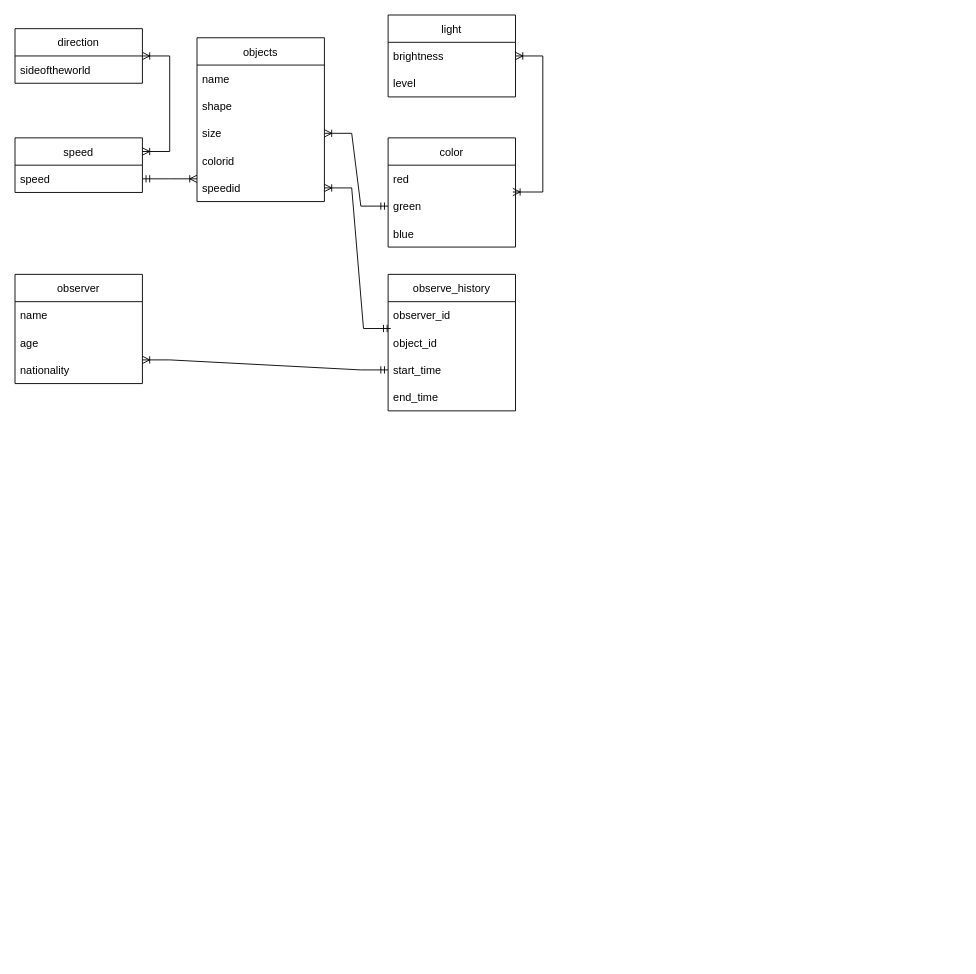
This is Untitled Diagram.drawio from malinkamedok/isbd1, a draw.io file, before an edit. Source tidied: cells renumbered, new cells numbered last; positions are measured from the earlier drawing's top-left corner, leaving out a move shared by most shapes. Both pictures are drawn from the tidied source at 91%, with x=0, y=0 at pixel (15, 15).
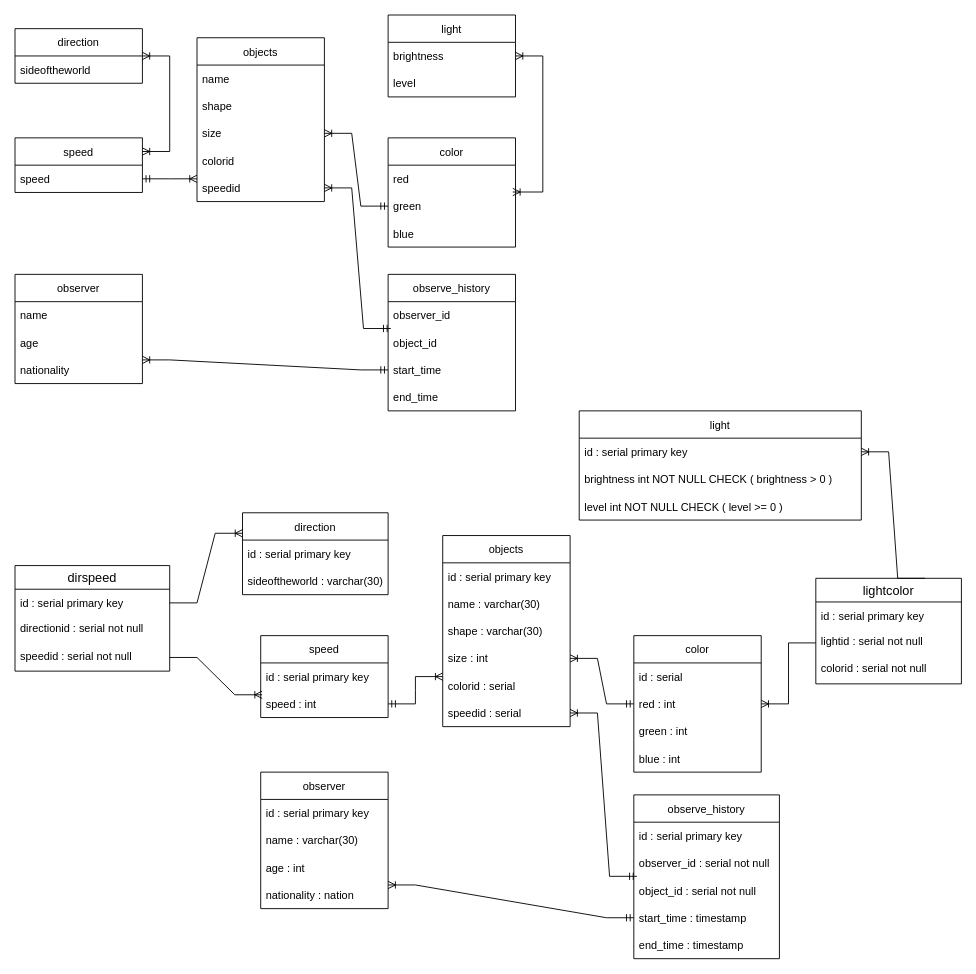
Above is the later version.

Commit message:
datalog model v1

What changed in the source:
```diff
@@
+    <mxCell id="34" value="direction" style="swimlane;fontStyle=0;horizontal=1;startSize=30;" parent="1" vertex="1">
+      <mxGeometry x="250" y="547" width="160" height="90" as="geometry" />
+    </mxCell>
+    <mxCell id="35" value="id : serial primary key" style="text;strokeColor=none;fillColor=none;align=left;verticalAlign=middle;spacingLeft=4;spacingRight=4;overflow=hidden;" parent="34" vertex="1">
+      <mxGeometry y="30" width="160" height="30" as="geometry" />
+    </mxCell>
+    <mxCell id="36" value="sideoftheworld : varchar(30)" style="text;strokeColor=none;fillColor=none;align=left;verticalAlign=middle;spacingLeft=4;spacingRight=4;overflow=hidden;" parent="34" vertex="1">
+      <mxGeometry y="60" width="160" height="30" as="geometry" />
+    </mxCell>
+    <mxCell id="37" value="speed" style="swimlane;fontStyle=0;horizontal=1;startSize=30;" parent="1" vertex="1">
+      <mxGeometry x="270" y="682" width="140" height="90" as="geometry" />
+    </mxCell>
+    <mxCell id="38" value="id : serial primary key" style="text;strokeColor=none;fillColor=none;align=left;verticalAlign=middle;spacingLeft=4;spacingRight=4;overflow=hidden;" parent="37" vertex="1">
+      <mxGeometry y="30" width="140" height="30" as="geometry" />
+    </mxCell>
+    <mxCell id="39" value="speed : int" style="text;strokeColor=none;fillColor=none;align=left;verticalAlign=middle;spacingLeft=4;spacingRight=4;overflow=hidden;points=[[0,0.5],[1,0.5]];portConstraint=eastwest;" parent="37" vertex="1">
+      <mxGeometry y="60" width="140" height="30" as="geometry" />
+    </mxCell>
+    <mxCell id="40" value="light" style="swimlane;fontStyle=0;horizontal=1;startSize=30;" parent="1" vertex="1">
+      <mxGeometry x="620" y="435" width="310" height="120" as="geometry" />
+    </mxCell>
+    <mxCell id="41" value="id : serial primary key" style="text;strokeColor=none;fillColor=none;align=left;verticalAlign=middle;spacingLeft=4;spacingRight=4;overflow=hidden;points=[[0,0.5],[1,0.5]];portConstraint=eastwest;" parent="40" vertex="1">
+      <mxGeometry y="30" width="310" height="30" as="geometry" />
+    </mxCell>
+    <mxCell id="42" value="brightness int NOT NULL CHECK ( brightness &gt; 0 )" style="text;strokeColor=none;fillColor=none;align=left;verticalAlign=middle;spacingLeft=4;spacingRight=4;overflow=hidden;" parent="40" vertex="1">
+      <mxGeometry y="60" width="310" height="30" as="geometry" />
+    </mxCell>
+    <mxCell id="43" value="level int NOT NULL CHECK ( level &gt;= 0 )" style="text;strokeColor=none;fillColor=none;align=left;verticalAlign=middle;spacingLeft=4;spacingRight=4;overflow=hidden;" parent="40" vertex="1">
+      <mxGeometry y="90" width="310" height="30" as="geometry" />
+    </mxCell>
+    <mxCell id="44" value="color" style="swimlane;fontStyle=0;horizontal=1;startSize=30;" parent="1" vertex="1">
+      <mxGeometry x="680" y="682" width="140" height="150" as="geometry" />
+    </mxCell>
+    <mxCell id="45" value="id : serial" style="text;strokeColor=none;fillColor=none;align=left;verticalAlign=middle;spacingLeft=4;spacingRight=4;overflow=hidden;" parent="44" vertex="1">
+      <mxGeometry y="30" width="140" height="30" as="geometry" />
+    </mxCell>
+    <mxCell id="46" value="red : int" style="text;strokeColor=none;fillColor=none;align=left;verticalAlign=middle;spacingLeft=4;spacingRight=4;overflow=hidden;points=[[0,0.5],[1,0.5]];portConstraint=eastwest;" parent="44" vertex="1">
+      <mxGeometry y="60" width="140" height="30" as="geometry" />
+    </mxCell>
+    <mxCell id="47" value="green : int" style="text;strokeColor=none;fillColor=none;align=left;verticalAlign=middle;spacingLeft=4;spacingRight=4;overflow=hidden;" parent="44" vertex="1">
+      <mxGeometry y="90" width="140" height="30" as="geometry" />
+    </mxCell>
+    <mxCell id="48" value="blue : int" style="text;strokeColor=none;fillColor=none;align=left;verticalAlign=middle;spacingLeft=4;spacingRight=4;overflow=hidden;" parent="44" vertex="1">
+      <mxGeometry y="120" width="140" height="30" as="geometry" />
+    </mxCell>
+    <mxCell id="49" value="objects" style="swimlane;fontStyle=0;horizontal=1;startSize=30;" parent="1" vertex="1">
+      <mxGeometry x="470" y="572" width="140" height="210" as="geometry" />
+    </mxCell>
+    <mxCell id="50" value="id : serial primary key" style="text;strokeColor=none;fillColor=none;align=left;verticalAlign=middle;spacingLeft=4;spacingRight=4;overflow=hidden;" parent="49" vertex="1">
+      <mxGeometry y="30" width="140" height="30" as="geometry" />
+    </mxCell>
+    <mxCell id="51" value="name : varchar(30)" style="text;strokeColor=none;fillColor=none;align=left;verticalAlign=middle;spacingLeft=4;spacingRight=4;overflow=hidden;" parent="49" vertex="1">
+      <mxGeometry y="60" width="140" height="30" as="geometry" />
+    </mxCell>
+    <mxCell id="52" value="shape : varchar(30)" style="text;strokeColor=none;fillColor=none;align=left;verticalAlign=middle;spacingLeft=4;spacingRight=4;overflow=hidden;" parent="49" vertex="1">
+      <mxGeometry y="90" width="140" height="30" as="geometry" />
+    </mxCell>
+    <mxCell id="53" value="size : int" style="text;strokeColor=none;fillColor=none;align=left;verticalAlign=middle;spacingLeft=4;spacingRight=4;overflow=hidden;points=[[0,0.5],[1,0.5]];portConstraint=eastwest;" parent="49" vertex="1">
+      <mxGeometry y="120" width="140" height="30" as="geometry" />
+    </mxCell>
+    <mxCell id="54" value="colorid : serial" style="text;strokeColor=none;fillColor=none;align=left;verticalAlign=middle;spacingLeft=4;spacingRight=4;overflow=hidden;" parent="49" vertex="1">
+      <mxGeometry y="150" width="140" height="30" as="geometry" />
+    </mxCell>
+    <mxCell id="55" value="speedid : serial" style="text;strokeColor=none;fillColor=none;align=left;verticalAlign=middle;spacingLeft=4;spacingRight=4;overflow=hidden;points=[[0,0.5],[1,0.5]];portConstraint=eastwest;" parent="49" vertex="1">
+      <mxGeometry y="180" width="140" height="30" as="geometry" />
+    </mxCell>
+    <mxCell id="56" value="observer" style="swimlane;fontStyle=0;horizontal=1;startSize=30;" parent="1" vertex="1">
+      <mxGeometry x="270" y="832" width="140" height="150" as="geometry" />
+    </mxCell>
+    <mxCell id="57" value="id : serial primary key" style="text;strokeColor=none;fillColor=none;align=left;verticalAlign=middle;spacingLeft=4;spacingRight=4;overflow=hidden;" parent="56" vertex="1">
+      <mxGeometry y="30" width="140" height="30" as="geometry" />
+    </mxCell>
+    <mxCell id="58" value="name : varchar(30)" style="text;strokeColor=none;fillColor=none;align=left;verticalAlign=middle;spacingLeft=4;spacingRight=4;overflow=hidden;" parent="56" vertex="1">
+      <mxGeometry y="60" width="140" height="30" as="geometry" />
+    </mxCell>
+    <mxCell id="59" value="age : int" style="text;strokeColor=none;fillColor=none;align=left;verticalAlign=middle;spacingLeft=4;spacingRight=4;overflow=hidden;" parent="56" vertex="1">
+      <mxGeometry y="90" width="140" height="30" as="geometry" />
+    </mxCell>
+    <mxCell id="60" value="nationality : nation" style="text;strokeColor=none;fillColor=none;align=left;verticalAlign=middle;spacingLeft=4;spacingRight=4;overflow=hidden;points=[[0,0.5],[1,0.5]];portConstraint=eastwest;" parent="56" vertex="1">
+      <mxGeometry y="120" width="140" height="30" as="geometry" />
+    </mxCell>
+    <mxCell id="61" value="observe_history" style="swimlane;fontStyle=0;horizontal=1;startSize=30;" parent="1" vertex="1">
+      <mxGeometry x="680" y="857" width="160" height="180" as="geometry" />
+    </mxCell>
+    <mxCell id="62" value="id : serial primary key" style="text;strokeColor=none;fillColor=none;align=left;verticalAlign=middle;spacingLeft=4;spacingRight=4;overflow=hidden;" parent="61" vertex="1">
+      <mxGeometry y="30" width="160" height="30" as="geometry" />
+    </mxCell>
+    <mxCell id="63" value="observer_id : serial not null" style="text;strokeColor=none;fillColor=none;align=left;verticalAlign=middle;spacingLeft=4;spacingRight=4;overflow=hidden;points=[[0,0.5],[1,0.5]];portConstraint=eastwest;" parent="61" vertex="1">
+      <mxGeometry y="60" width="160" height="30" as="geometry" />
+    </mxCell>
+    <mxCell id="64" value="object_id : serial not null" style="text;strokeColor=none;fillColor=none;align=left;verticalAlign=middle;spacingLeft=4;spacingRight=4;overflow=hidden;" parent="61" vertex="1">
+      <mxGeometry y="90" width="160" height="30" as="geometry" />
+    </mxCell>
+    <mxCell id="65" value="start_time : timestamp" style="text;strokeColor=none;fillColor=none;align=left;verticalAlign=middle;spacingLeft=4;spacingRight=4;overflow=hidden;points=[[0,0.5],[1,0.5]];portConstraint=eastwest;" parent="61" vertex="1">
+      <mxGeometry y="120" width="160" height="30" as="geometry" />
+    </mxCell>
+    <mxCell id="66" value="end_time : timestamp" style="text;strokeColor=none;fillColor=none;align=left;verticalAlign=middle;spacingLeft=4;spacingRight=4;overflow=hidden;" parent="61" vertex="1">
+      <mxGeometry y="150" width="160" height="30" as="geometry" />
+    </mxCell>
+    <mxCell id="67" style="edgeStyle=entityRelationEdgeStyle;fontSize=12;html=1;endArrow=ERoneToMany;startArrow=ERmandOne;rounded=0;exitX=1;exitY=0.5;exitDx=0;exitDy=0;" parent="1" edge="1" source="39">
+      <mxGeometry relative="1" as="geometry">
+        <mxPoint x="470" y="727" as="targetPoint" />
+      </mxGeometry>
+    </mxCell>
+    <mxCell id="68" style="edgeStyle=entityRelationEdgeStyle;fontSize=12;html=1;endArrow=ERoneToMany;startArrow=ERmandOne;rounded=0;entryX=1;entryY=0.5;entryDx=0;entryDy=0;exitX=0;exitY=0.5;exitDx=0;exitDy=0;" parent="1" edge="1" source="46" target="53">
+      <mxGeometry relative="1" as="geometry" />
+    </mxCell>
+    <mxCell id="69" style="edgeStyle=entityRelationEdgeStyle;fontSize=12;html=1;endArrow=ERoneToMany;startArrow=ERmandOne;rounded=0;entryX=1;entryY=0.133;entryDx=0;entryDy=0;entryPerimeter=0;exitX=0;exitY=0.5;exitDx=0;exitDy=0;" parent="1" edge="1" source="65" target="60">
+      <mxGeometry relative="1" as="geometry" />
+    </mxCell>
+    <mxCell id="70" style="edgeStyle=entityRelationEdgeStyle;fontSize=12;html=1;endArrow=ERoneToMany;startArrow=ERmandOne;rounded=0;exitX=0.021;exitY=0.983;exitDx=0;exitDy=0;exitPerimeter=0;" parent="1" edge="1" source="63" target="55">
+      <mxGeometry relative="1" as="geometry" />
+    </mxCell>
+    <mxCell id="71" value="dirspeed" style="swimlane;fontStyle=0;horizontal=1;startSize=26;align=center;fontSize=14;" parent="1" vertex="1">
+      <mxGeometry y="605" width="170" height="116" as="geometry" />
+    </mxCell>
+    <mxCell id="72" value="id : serial primary key" style="text;strokeColor=none;fillColor=none;align=left;verticalAlign=middle;spacingLeft=4;spacingRight=4;overflow=hidden;points=[[0,0.5],[1,0.5]];portConstraint=eastwest;" parent="71" vertex="1">
+      <mxGeometry y="26" width="170" height="30" as="geometry" />
+    </mxCell>
+    <mxCell id="73" value="directionid : serial not null" style="text;strokeColor=none;fillColor=none;spacingLeft=4;spacingRight=4;overflow=hidden;fontSize=12;" parent="71" vertex="1">
+      <mxGeometry y="56" width="170" height="30" as="geometry" />
+    </mxCell>
+    <mxCell id="74" value="speedid : serial not null" style="text;strokeColor=none;fillColor=none;spacingLeft=4;spacingRight=4;overflow=hidden;points=[[0,0.5],[1,0.5]];portConstraint=eastwest;fontSize=12;" parent="71" vertex="1">
+      <mxGeometry y="86" width="170" height="30" as="geometry" />
+    </mxCell>
+    <mxCell id="75" style="edgeStyle=entityRelationEdgeStyle;fontSize=12;html=1;endArrow=ERoneToMany;rounded=0;entryX=0;entryY=0.25;entryDx=0;entryDy=0;" parent="1" edge="1" source="72" target="34">
+      <mxGeometry relative="1" as="geometry" />
+    </mxCell>
+    <mxCell id="76" style="edgeStyle=entityRelationEdgeStyle;fontSize=12;html=1;endArrow=ERoneToMany;rounded=0;entryX=0.011;entryY=0.167;entryDx=0;entryDy=0;entryPerimeter=0;" parent="1" edge="1" source="74" target="39">
+      <mxGeometry relative="1" as="geometry" />
+    </mxCell>
+    <mxCell id="77" value="lightcolor" style="swimlane;fontStyle=0;horizontal=1;startSize=26;align=center;fontSize=14;" parent="1" vertex="1">
+      <mxGeometry x="880" y="619" width="160" height="116" as="geometry" />
+    </mxCell>
+    <mxCell id="78" value="id : serial primary key" style="text;strokeColor=none;fillColor=none;align=left;verticalAlign=middle;spacingLeft=4;spacingRight=4;overflow=hidden;" parent="77" vertex="1">
+      <mxGeometry y="26" width="160" height="30" as="geometry" />
+    </mxCell>
+    <mxCell id="79" value="lightid : serial not null" style="text;strokeColor=none;fillColor=none;spacingLeft=4;spacingRight=4;overflow=hidden;points=[[0,0.5],[1,0.5]];portConstraint=eastwest;fontSize=12;" parent="77" vertex="1">
+      <mxGeometry y="56" width="160" height="30" as="geometry" />
+    </mxCell>
+    <mxCell id="80" value="colorid : serial not null" style="text;strokeColor=none;fillColor=none;spacingLeft=4;spacingRight=4;overflow=hidden;fontSize=12;" parent="77" vertex="1">
+      <mxGeometry y="86" width="160" height="30" as="geometry" />
+    </mxCell>
+    <mxCell id="81" style="edgeStyle=entityRelationEdgeStyle;fontSize=12;html=1;endArrow=ERoneToMany;rounded=0;entryX=1;entryY=0.5;entryDx=0;entryDy=0;exitX=0.75;exitY=0;exitDx=0;exitDy=0;" parent="1" edge="1" source="77" target="41">
+      <mxGeometry relative="1" as="geometry" />
+    </mxCell>
+    <mxCell id="82" style="edgeStyle=entityRelationEdgeStyle;fontSize=12;html=1;endArrow=ERoneToMany;rounded=0;entryX=1;entryY=0.5;entryDx=0;entryDy=0;exitX=0;exitY=0.5;exitDx=0;exitDy=0;" parent="1" edge="1" source="79" target="46">
+      <mxGeometry relative="1" as="geometry" />
+    </mxCell>
```
